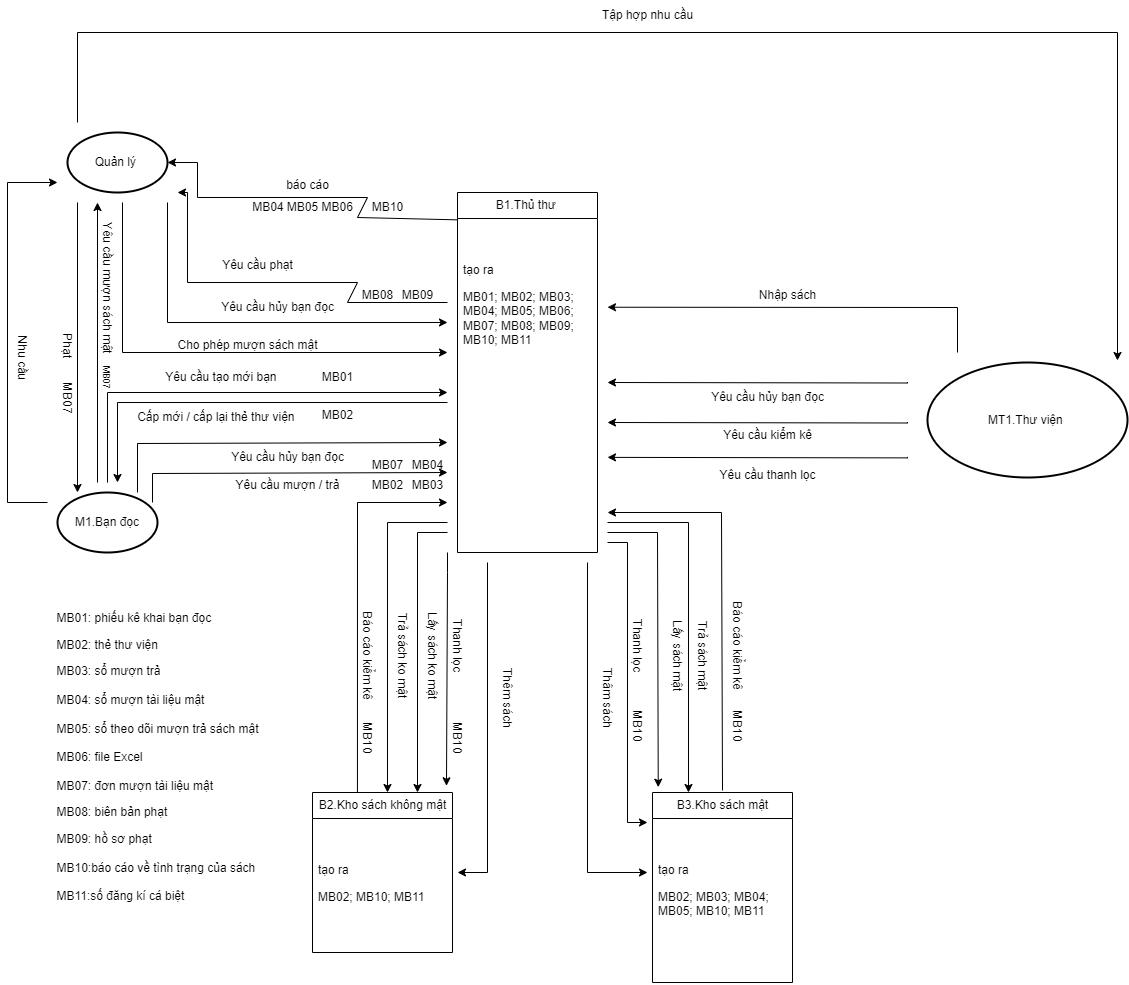
This is bài tap lớn/mô hình TTNV-Page-2.drawio.png from vqh17062001/PTTKHT, a draw.io export, as it was before one commit. Source tidied: cells renumbered, new cells last; positions are measured from the earlier drawing's top-left corner, leaving out a move shared by most shapes.
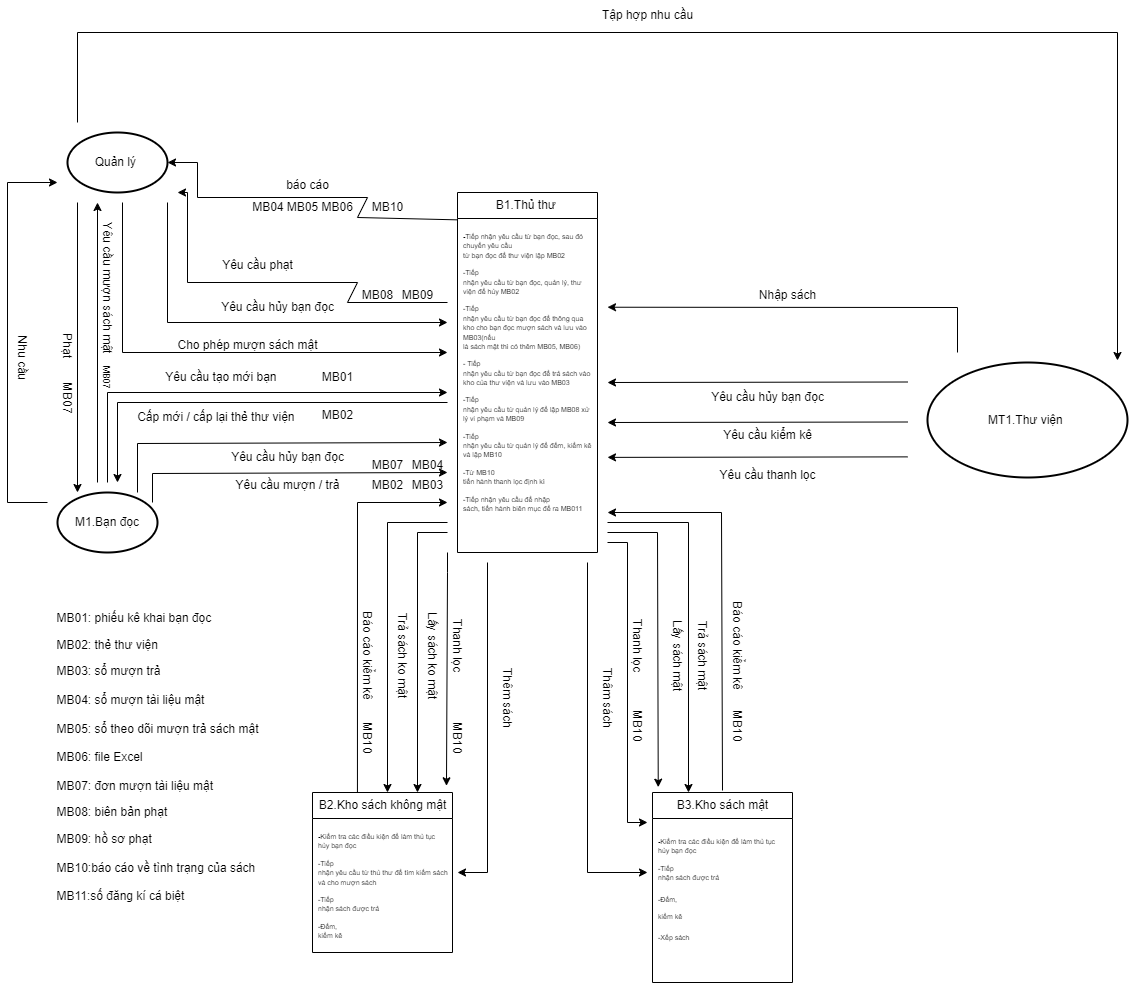
Above is the later version.

Diff of the diagram source:
```diff
@@ -14,19 +14,19 @@
     <mxCell id="5" value="B1.Thủ thư&amp;nbsp;" style="swimlane;fontStyle=0;horizontal=1;startSize=26;fillColor=none;html=1;" parent="1" vertex="1">
       <mxGeometry x="470" y="192" width="140" height="360" as="geometry" />
     </mxCell>
-    <mxCell id="6" value="&lt;p style=&quot;margin-bottom:6.0pt&quot; class=&quot;MsoNormal&quot;&gt;&lt;br&gt;&lt;/p&gt;&lt;p style=&quot;margin-bottom:6.0pt&quot; class=&quot;MsoNormal&quot;&gt;&lt;span style=&quot;mso-bidi-font-size:13.0pt;line-height:107%;&lt;br/&gt;mso-bidi-font-weight:bold&quot; lang=&quot;VI&quot;&gt;tạo ra&amp;nbsp;&lt;/span&gt;&lt;/p&gt;&lt;p style=&quot;margin-bottom:6.0pt&quot; class=&quot;MsoNormal&quot;&gt;&lt;span style=&quot;mso-bidi-font-size:13.0pt;line-height:107%;&lt;br/&gt;mso-bidi-font-weight:bold&quot; lang=&quot;VI&quot;&gt;&lt;/span&gt;&lt;/p&gt;&lt;p style=&quot;margin-bottom:6.0pt&quot; class=&quot;MsoNormal&quot;&gt;MB01; MB02; MB03; MB04; MB05; MB06;&lt;br&gt;MB07; MB08; MB09; MB10; MB11&lt;/p&gt;" style="text;strokeColor=none;fillColor=none;align=left;verticalAlign=top;spacingLeft=4;spacingRight=4;overflow=hidden;points=[[0,0.5],[1,0.5]];portConstraint=eastwest;whiteSpace=wrap;html=1;" parent="5" vertex="1">
+    <mxCell id="6" value="&lt;p style=&quot;margin-bottom: 6pt; font-size: 7px;&quot; class=&quot;MsoNormal&quot;&gt;&lt;font style=&quot;font-size: 7px;&quot;&gt;&lt;b style=&quot;&quot;&gt;-&lt;/b&gt;&lt;span style=&quot;line-height: 130%;&quot; lang=&quot;VI&quot;&gt;Tiếp nhận yêu cầu từ bạn đọc, sau đó chuyển yêu cầu&lt;br&gt;từ bạn đọc để thư viện lập MB02&lt;/span&gt;&lt;/font&gt;&lt;/p&gt;&lt;p style=&quot;margin-bottom: 6pt; font-size: 7px;&quot; class=&quot;MsoNormal&quot;&gt;&lt;span style=&quot;mso-bidi-font-size:&lt;br/&gt;13.0pt;line-height:130%;mso-ansi-language:VI;mso-bidi-font-weight:bold&quot; lang=&quot;VI&quot;&gt;&lt;font style=&quot;font-size: 7px;&quot;&gt;-Tiếp&lt;br&gt;nhận yêu cầu từ bạn đọc, quản lý, thư viện để hủy MB02&lt;/font&gt;&lt;/span&gt;&lt;/p&gt;&lt;p style=&quot;margin-bottom: 6pt; font-size: 7px;&quot; class=&quot;MsoNormal&quot;&gt;&lt;span style=&quot;mso-bidi-font-size:&lt;br/&gt;13.0pt;line-height:130%;mso-ansi-language:VI;mso-bidi-font-weight:bold&quot; lang=&quot;VI&quot;&gt;&lt;font style=&quot;font-size: 7px;&quot;&gt;-Tiếp&lt;br&gt;nhận yêu cầu từ bạn đọc để thông qua kho cho bạn đọc mượn sách và lưu vào MB03(nếu&lt;br&gt;là sách mật thì có thêm MB05, MB06)&lt;/font&gt;&lt;/span&gt;&lt;/p&gt;&lt;p style=&quot;margin-bottom: 6pt; font-size: 7px;&quot; class=&quot;MsoNormal&quot;&gt;&lt;span style=&quot;mso-bidi-font-size:&lt;br/&gt;13.0pt;line-height:130%;mso-ansi-language:VI;mso-bidi-font-weight:bold&quot; lang=&quot;VI&quot;&gt;&lt;font style=&quot;font-size: 7px;&quot;&gt;- Tiếp&lt;br&gt;nhận yêu cầu từ bạn đọc để trả sách vào kho của thư viện và lưu vào MB03&lt;/font&gt;&lt;/span&gt;&lt;/p&gt;&lt;p style=&quot;margin-bottom: 6pt; font-size: 7px;&quot; class=&quot;MsoNormal&quot;&gt;&lt;span style=&quot;mso-bidi-font-size:&lt;br/&gt;13.0pt;line-height:130%;mso-ansi-language:VI;mso-bidi-font-weight:bold&quot; lang=&quot;VI&quot;&gt;&lt;font style=&quot;font-size: 7px;&quot;&gt;-Tiếp&lt;br&gt;nhận yêu cầu từ quản lý để lập MB08 xử lý vi phạm và MB09&lt;/font&gt;&lt;/span&gt;&lt;/p&gt;&lt;p style=&quot;margin-bottom: 6pt; font-size: 7px;&quot; class=&quot;MsoNormal&quot;&gt;&lt;span style=&quot;mso-bidi-font-size:&lt;br/&gt;13.0pt;line-height:130%;mso-ansi-language:VI;mso-bidi-font-weight:bold&quot; lang=&quot;VI&quot;&gt;&lt;font style=&quot;font-size: 7px;&quot;&gt;-Tiếp&lt;br&gt;nhận yêu cầu từ quản lý để đếm, kiểm kê và lập MB10 &lt;/font&gt;&lt;/span&gt;&lt;/p&gt;&lt;p style=&quot;margin-bottom: 6pt; font-size: 7px;&quot; class=&quot;MsoNormal&quot;&gt;&lt;span style=&quot;mso-bidi-font-size:&lt;br/&gt;13.0pt;line-height:130%;mso-ansi-language:VI;mso-bidi-font-weight:bold&quot; lang=&quot;VI&quot;&gt;&lt;font style=&quot;font-size: 7px;&quot;&gt;-Từ MB10&lt;br&gt;tiến hành thanh lọc định kì&lt;/font&gt;&lt;/span&gt;&lt;/p&gt;&lt;p style=&quot;font-size: 7px;&quot; class=&quot;MsoNormal&quot;&gt;&lt;span style=&quot;line-height: 130%;&quot; lang=&quot;VI&quot;&gt;&lt;font style=&quot;font-size: 7px;&quot;&gt;-Tiếp nhận yêu cầu để nhập&lt;br&gt;sách, tiến hành biên mục để ra MB011&lt;/font&gt;&lt;font style=&quot;font-size: 9px;&quot; size=&quot;1&quot;&gt;&lt;/font&gt;&lt;/span&gt;&lt;/p&gt;" style="text;strokeColor=none;fillColor=none;align=left;verticalAlign=top;spacingLeft=4;spacingRight=4;overflow=hidden;points=[[0,0.5],[1,0.5]];portConstraint=eastwest;whiteSpace=wrap;html=1;" parent="5" vertex="1">
       <mxGeometry y="26" width="140" height="334" as="geometry" />
     </mxCell>
     <mxCell id="7" value="B2.Kho sách không mật" style="swimlane;fontStyle=0;horizontal=1;startSize=26;fillColor=none;html=1;" parent="1" vertex="1">
       <mxGeometry x="325" y="792" width="140" height="160" as="geometry" />
     </mxCell>
-    <mxCell id="8" value="&lt;p class=&quot;MsoNormal&quot;&gt;&lt;br&gt;&lt;/p&gt;&lt;p class=&quot;MsoNormal&quot;&gt;tạo ra&amp;nbsp;&lt;/p&gt;&lt;p class=&quot;MsoNormal&quot;&gt;MB02; MB10; MB11&amp;nbsp;&lt;span lang=&quot;VI&quot;&gt;&lt;/span&gt;&lt;/p&gt;&lt;p class=&quot;MsoNormal&quot;&gt;&lt;br&gt;&lt;/p&gt;" style="text;strokeColor=none;fillColor=none;align=left;verticalAlign=top;spacingLeft=4;spacingRight=4;overflow=hidden;whiteSpace=wrap;html=1;" parent="7" vertex="1">
+    <mxCell id="8" value="&lt;p style=&quot;margin-bottom: 6pt; font-size: 7px;&quot; class=&quot;MsoNormal&quot;&gt;&lt;font style=&quot;font-size: 7px;&quot;&gt;&lt;b style=&quot;&quot;&gt;-&lt;/b&gt;&lt;span style=&quot;line-height: 130%;&quot; lang=&quot;VI&quot;&gt;Kiểm tra các điều kiện để làm thủ tục hủy bạn đọc&lt;/span&gt;&lt;/font&gt;&lt;/p&gt;&lt;p style=&quot;margin-bottom: 6pt; font-size: 7px;&quot; class=&quot;MsoNormal&quot;&gt;&lt;span style=&quot;mso-bidi-font-size:&lt;br/&gt;13.0pt;line-height:130%;mso-ansi-language:VI;mso-bidi-font-weight:bold&quot; lang=&quot;VI&quot;&gt;&lt;font style=&quot;font-size: 7px;&quot;&gt;-Tiếp&lt;br/&gt;nhận yêu cầu từ thủ thư để tìm kiếm sách và cho mượn sách&lt;/font&gt;&lt;/span&gt;&lt;/p&gt;&lt;p style=&quot;margin-bottom: 6pt; font-size: 7px;&quot; class=&quot;MsoNormal&quot;&gt;&lt;span style=&quot;mso-bidi-font-size:&lt;br/&gt;13.0pt;line-height:130%;mso-ansi-language:VI;mso-bidi-font-weight:bold&quot; lang=&quot;VI&quot;&gt;&lt;font style=&quot;font-size: 7px;&quot;&gt;-Tiếp&lt;br/&gt;nhận sách được trả&lt;/font&gt;&lt;/span&gt;&lt;/p&gt;&lt;p style=&quot;margin-bottom: 6pt; font-size: 7px;&quot; class=&quot;MsoNormal&quot;&gt;&lt;span style=&quot;mso-bidi-font-size:&lt;br/&gt;13.0pt;line-height:130%;mso-ansi-language:VI;mso-bidi-font-weight:bold&quot; lang=&quot;VI&quot;&gt;&lt;font style=&quot;font-size: 7px;&quot;&gt;-Đếm,&lt;br/&gt;kiểm kê&lt;/font&gt;&lt;/span&gt;&lt;/p&gt;&lt;p style=&quot;font-size: 7px;&quot; class=&quot;MsoNormal&quot;&gt;&lt;br/&gt;&lt;br/&gt;&lt;br/&gt;&lt;br/&gt;&lt;br/&gt;&lt;br/&gt;&lt;br/&gt;&lt;br/&gt;&lt;/p&gt;&lt;p style=&quot;font-size: 7px;&quot; class=&quot;MsoNormal&quot;&gt;&lt;span style=&quot;line-height: 130%;&quot; lang=&quot;VI&quot;&gt;&lt;font style=&quot;font-size: 7px;&quot;&gt;-Xếp sách&lt;/font&gt;&lt;span style=&quot;font-size: 7px;&quot;&gt;&lt;/span&gt;&lt;/span&gt;&lt;/p&gt;" style="text;strokeColor=none;fillColor=none;align=left;verticalAlign=top;spacingLeft=4;spacingRight=4;overflow=hidden;whiteSpace=wrap;html=1;" parent="7" vertex="1">
       <mxGeometry y="26" width="140" height="134" as="geometry" />
     </mxCell>
     <mxCell id="9" value="B3.Kho sách mật" style="swimlane;fontStyle=0;horizontal=1;startSize=26;fillColor=none;html=1;" parent="1" vertex="1">
       <mxGeometry x="665" y="792" width="140" height="190" as="geometry" />
     </mxCell>
-    <mxCell id="10" value="&lt;p class=&quot;MsoNormal&quot;&gt;&lt;/p&gt;&lt;br&gt;&lt;p class=&quot;MsoNormal&quot;&gt;tạo ra&amp;nbsp;&lt;/p&gt;&lt;p style=&quot;margin-bottom:6.0pt&quot; class=&quot;MsoNormal&quot;&gt;MB02; MB03; MB04; MB05; MB10; MB11&lt;/p&gt;" style="text;strokeColor=none;fillColor=none;align=left;verticalAlign=top;spacingLeft=4;spacingRight=4;overflow=hidden;whiteSpace=wrap;html=1;" parent="9" vertex="1">
+    <mxCell id="10" value="&lt;p class=&quot;MsoNormal&quot;&gt;&lt;/p&gt;&lt;p style=&quot;margin-bottom: 6pt; font-size: 7px;&quot; class=&quot;MsoNormal&quot;&gt;&lt;font style=&quot;font-size: 7px;&quot;&gt;&lt;b style=&quot;&quot;&gt;-&lt;/b&gt;&lt;span style=&quot;line-height: 130%;&quot; lang=&quot;VI&quot;&gt;Kiểm tra các điều kiện để làm thủ tục hủy bạn đọc&lt;/span&gt;&lt;/font&gt;&lt;/p&gt;&lt;p style=&quot;margin-bottom: 6pt; font-size: 7px;&quot; class=&quot;MsoNormal&quot;&gt;&lt;span style=&quot;mso-bidi-font-size:&lt;br/&gt;13.0pt;line-height:130%;mso-ansi-language:VI;mso-bidi-font-weight:bold&quot; lang=&quot;VI&quot;&gt;&lt;font style=&quot;font-size: 7px;&quot;&gt;-Tiếp&lt;br&gt;nhận sách được trả&lt;/font&gt;&lt;/span&gt;&lt;/p&gt;&lt;span style=&quot;font-size: 7px; background-color: initial;&quot;&gt;-Đếm,&lt;/span&gt;&lt;br&gt;&lt;p style=&quot;margin-bottom: 6pt; font-size: 7px;&quot; class=&quot;MsoNormal&quot;&gt;&lt;span style=&quot;mso-bidi-font-size:&lt;br/&gt;13.0pt;line-height:130%;mso-ansi-language:VI;mso-bidi-font-weight:bold&quot; lang=&quot;VI&quot;&gt;&lt;font style=&quot;font-size: 7px;&quot;&gt;kiểm kê&lt;/font&gt;&lt;/span&gt;&lt;/p&gt;&lt;span style=&quot;font-size: 7px; background-color: initial;&quot;&gt;-Xếp sách&lt;/span&gt;" style="text;strokeColor=none;fillColor=none;align=left;verticalAlign=top;spacingLeft=4;spacingRight=4;overflow=hidden;whiteSpace=wrap;html=1;" parent="9" vertex="1">
       <mxGeometry y="26" width="140" height="164" as="geometry" />
     </mxCell>
     <mxCell id="11" style="endArrow=classic;html=1;rounded=0;" parent="1" edge="1">
```
